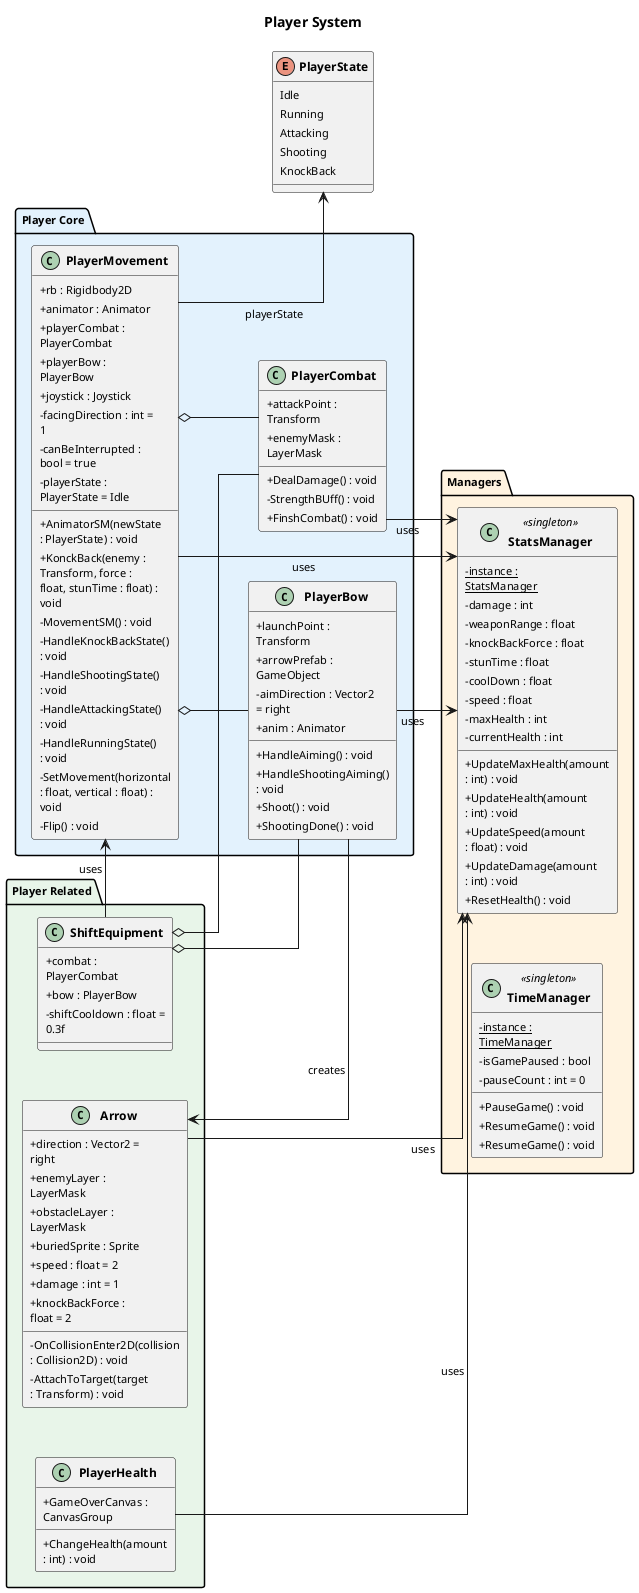
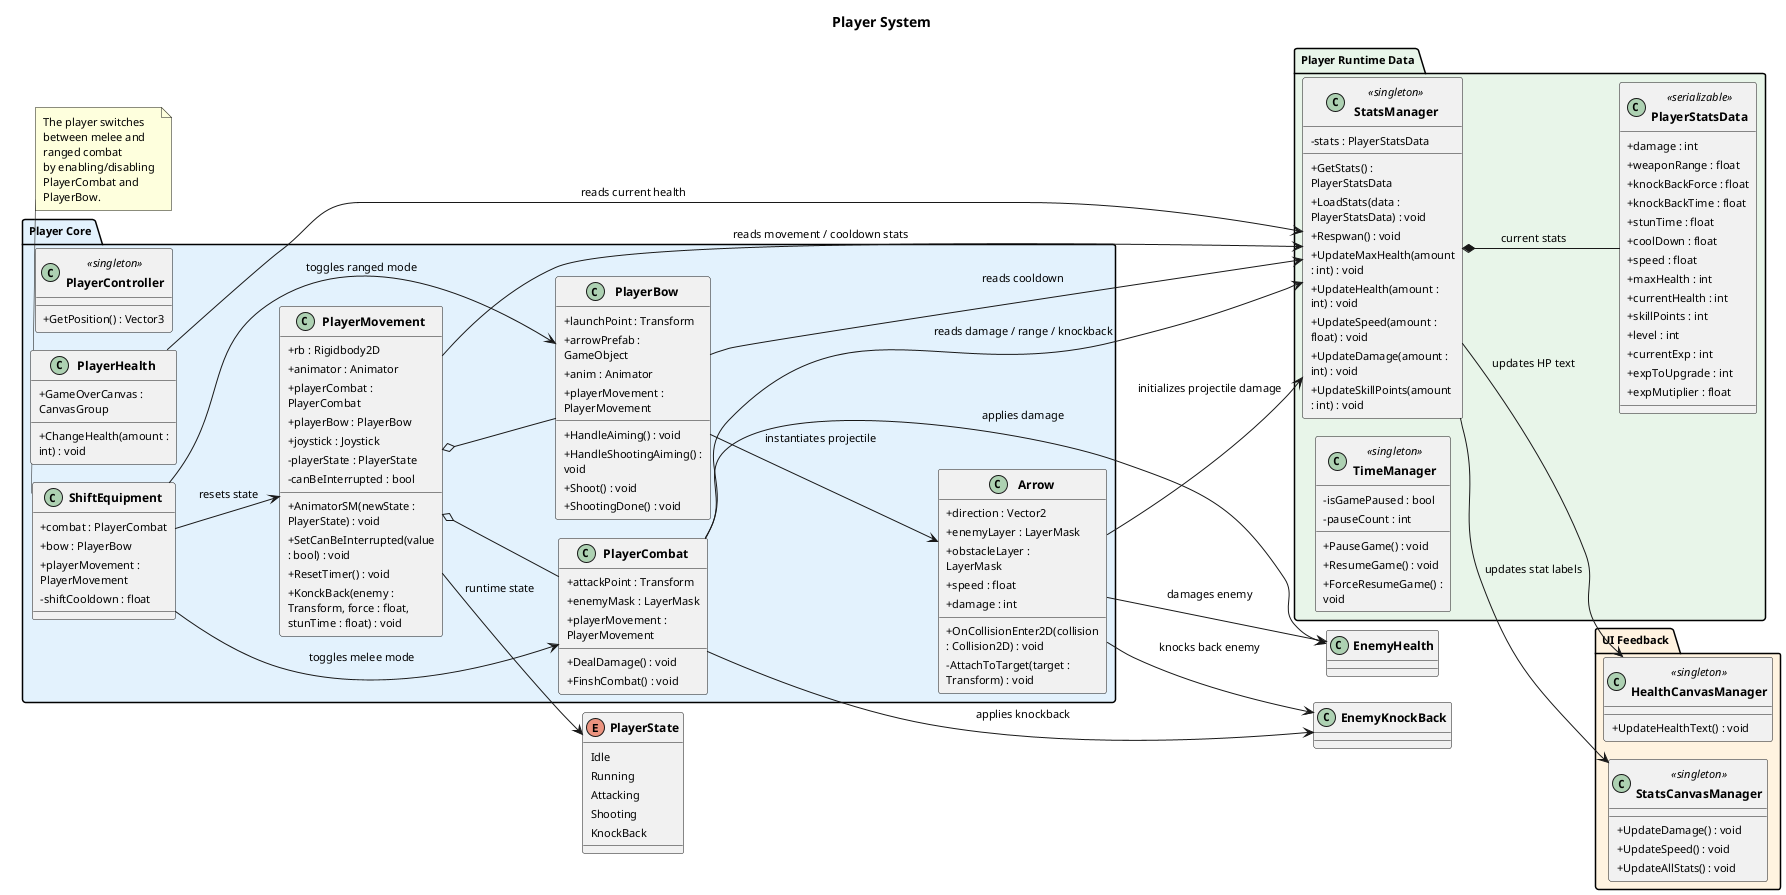
@startuml Player_System

+ !pragma layout smetana
left to right direction

skinparam linetype ortho
- skinparam nodesep 50
- skinparam ranksep 60
+ skinparam nodesep 40
+ skinparam ranksep 50
skinparam classAttributeIconSize 0
skinparam defaultFontSize 11
skinparam classFontSize 12
skinparam classFontStyle bold
skinparam padding 2
- skinparam wrapWidth 120
+ skinparam wrapWidth 140

title Player System

enum PlayerState {
    Idle
    Running
    Attacking
    Shooting
    KnockBack
}

- package "Managers" #FFF3E0 {
+ package "Player Runtime Data" #E8F5E9 {
+     class PlayerStatsData <<serializable>> {
+         + damage : int
+         + weaponRange : float
+         + knockBackForce : float
+         + knockBackTime : float
+         + stunTime : float
+         + coolDown : float
+         + speed : float
+         + maxHealth : int
+         + currentHealth : int
+         + skillPoints : int
+         + level : int
+         + currentExp : int
+         + expToUpgrade : int
+         + expMutiplier : float
+     }
+ 
    class StatsManager <<singleton>> {
-         - {static} instance : StatsManager
-         - damage : int
-         - weaponRange : float
-         - knockBackForce : float
-         - stunTime : float
-         - coolDown : float
-         - speed : float
-         - maxHealth : int
-         - currentHealth : int
+         - stats : PlayerStatsData
+         + GetStats() : PlayerStatsData
+         + LoadStats(data : PlayerStatsData) : void
+         + Respwan() : void
        + UpdateMaxHealth(amount : int) : void
        + UpdateHealth(amount : int) : void
        + UpdateSpeed(amount : float) : void
        + UpdateDamage(amount : int) : void
-         + ResetHealth() : void
+         + UpdateSkillPoints(amount : int) : void
    }

    class TimeManager <<singleton>> {
-         - {static} instance : TimeManager
        - isGamePaused : bool
-         - pauseCount : int = 0
+         - pauseCount : int
        + PauseGame() : void
        + ResumeGame() : void
-         + ResumeGame() : void
+         + ForceResumeGame() : void
    }
}

package "Player Core" #E3F2FD {
+     class PlayerController <<singleton>> {
+         + GetPosition() : Vector3
+     }
+ 
    class PlayerMovement {
        + rb : Rigidbody2D
        + animator : Animator
        + playerCombat : PlayerCombat
        + playerBow : PlayerBow
        + joystick : Joystick
-         - facingDirection : int = 1
-         - canBeInterrupted : bool = true
-         - playerState : PlayerState = Idle
+         - playerState : PlayerState
+         - canBeInterrupted : bool
        + AnimatorSM(newState : PlayerState) : void
+         + SetCanBeInterrupted(value : bool) : void
+         + ResetTimer() : void
        + KonckBack(enemy : Transform, force : float, stunTime : float) : void
-         - MovementSM() : void
-         - HandleKnockBackState() : void
-         - HandleShootingState() : void
-         - HandleAttackingState() : void
-         - HandleRunningState() : void
-         - SetMovement(horizontal : float, vertical : float) : void
-         - Flip() : void
    }

    class PlayerCombat {
        + attackPoint : Transform
        + enemyMask : LayerMask
+         + playerMovement : PlayerMovement
        + DealDamage() : void
-         - StrengthBUff() : void
        + FinshCombat() : void
    }

    class PlayerBow {
        + launchPoint : Transform
        + arrowPrefab : GameObject
-         - aimDirection : Vector2 = right
        + anim : Animator
+         + playerMovement : PlayerMovement
        + HandleAiming() : void
        + HandleShootingAiming() : void
        + Shoot() : void
        + ShootingDone() : void
    }
- }

- package "Player Related" #E8F5E9 {
+     class ShiftEquipment {
+         + combat : PlayerCombat
+         + bow : PlayerBow
+         + playerMovement : PlayerMovement
+         - shiftCooldown : float
+     }
+ 
    class PlayerHealth {
        + GameOverCanvas : CanvasGroup
        + ChangeHealth(amount : int) : void
    }

-     class ShiftEquipment {
-         + combat : PlayerCombat
-         + bow : PlayerBow
-         - shiftCooldown : float = 0.3f
-     }
- 
    class Arrow {
-         + direction : Vector2 = right
+         + direction : Vector2
        + enemyLayer : LayerMask
        + obstacleLayer : LayerMask
-         + buriedSprite : Sprite
-         + speed : float = 2
-         + damage : int = 1
-         + knockBackForce : float = 2
-         - OnCollisionEnter2D(collision : Collision2D) : void
+         + speed : float
+         + damage : int
+         + OnCollisionEnter2D(collision : Collision2D) : void
        - AttachToTarget(target : Transform) : void
    }
}

- PlayerMovement --> PlayerState : playerState
+ package "UI Feedback" #FFF3E0 {
+     class HealthCanvasManager <<singleton>> {
+         + UpdateHealthText() : void
+     }
+ 
+     class StatsCanvasManager <<singleton>> {
+         + UpdateDamage() : void
+         + UpdateSpeed() : void
+         + UpdateAllStats() : void
+     }
+ }
+ 
+ StatsManager *-- PlayerStatsData : current stats
+ StatsManager --> HealthCanvasManager : updates HP text
+ StatsManager --> StatsCanvasManager : updates stat labels
+ PlayerMovement --> PlayerState : runtime state
PlayerMovement o-- PlayerCombat
PlayerMovement o-- PlayerBow
- PlayerMovement --> StatsManager : uses
- PlayerCombat --> StatsManager : uses
- PlayerBow --> StatsManager : uses
- PlayerBow --> Arrow : creates
- ShiftEquipment o-- PlayerCombat
- ShiftEquipment o-- PlayerBow
- ShiftEquipment --> PlayerMovement : uses
- PlayerHealth --> StatsManager : uses
- Arrow --> StatsManager : uses
+ PlayerMovement --> StatsManager : reads movement / cooldown stats
+ PlayerCombat --> StatsManager : reads damage / range / knockback
+ PlayerCombat --> EnemyHealth : applies damage
+ PlayerCombat --> EnemyKnockBack : applies knockback
+ PlayerBow --> StatsManager : reads cooldown
+ PlayerBow --> Arrow : instantiates projectile
+ ShiftEquipment --> PlayerCombat : toggles melee mode
+ ShiftEquipment --> PlayerBow : toggles ranged mode
+ ShiftEquipment --> PlayerMovement : resets state
+ PlayerHealth --> StatsManager : reads current health
+ Arrow --> StatsManager : initializes projectile damage
+ Arrow --> EnemyHealth : damages enemy
+ Arrow --> EnemyKnockBack : knocks back enemy
+ 
+ note bottom of ShiftEquipment
+ The player switches between melee and ranged combat
+ by enabling/disabling PlayerCombat and PlayerBow.
+ end note

@enduml
